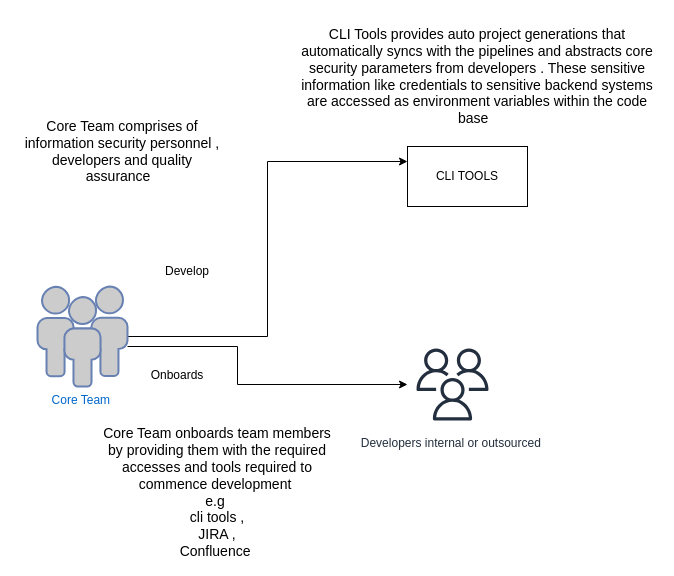
This is page "Internal process flow" (2 of 2) of icurity.drawio from tyger-rareatom/consulting-architectures, a draw.io file, before an edit. Source tidied: cells renumbered, new cells numbered last; positions are measured from the earlier drawing's top-left corner, leaving out a move shared by most shapes. Both pictures are drawn from the tidied source at 100%, with x=0, y=0 at pixel (17, 26).
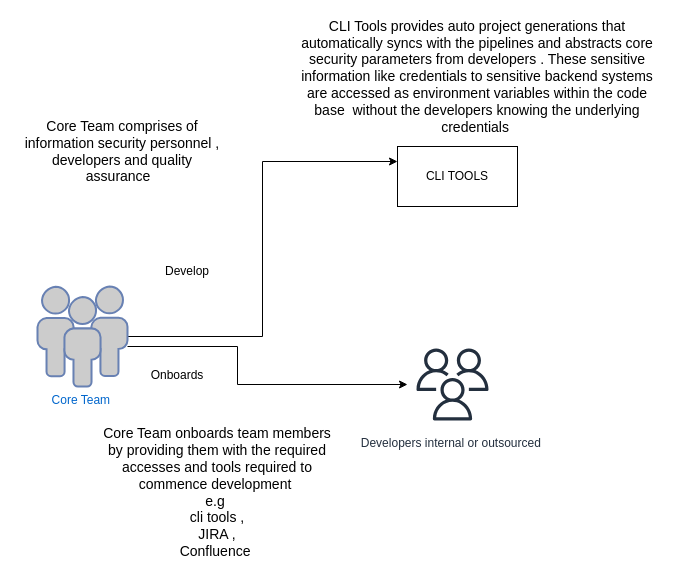
The same page after the edit.

Commit message:
Enhancing the workflow

The edit, as a diff of the source:
```diff
@@
 <mxGraphModel>
   <root>
     <mxCell id="0" />
     <mxCell id="1" parent="0" />
     <mxCell id="2" style="edgeStyle=orthogonalEdgeStyle;rounded=0;jettySize=auto;html=1;" parent="1" edge="1" source="4" target="5">
       <mxGeometry relative="1" as="geometry">
         <Array as="points">
           <mxPoint x="220" y="320" />
           <mxPoint x="220" y="358" />
         </Array>
       </mxGeometry>
     </mxCell>
     <mxCell id="3" style="edgeStyle=orthogonalEdgeStyle;rounded=0;jettySize=auto;html=1;entryX=0;entryY=0.25;entryDx=0;entryDy=0;" parent="1" edge="1" source="4" target="8">
       <mxGeometry relative="1" as="geometry" />
     </mxCell>
     <mxCell id="4" value="Core Team&amp;nbsp;" style="fontColor=#0066CC;verticalAlign=top;verticalLabelPosition=bottom;labelPosition=center;align=center;html=1;outlineConnect=0;fillColor=#CCCCCC;strokeColor=#6881B3;gradientColor=none;gradientDirection=north;strokeWidth=2;shape=mxgraph.networks.users;" parent="1" vertex="1">
       <mxGeometry x="20" y="260" width="90" height="100" as="geometry" />
     </mxCell>
     <mxCell id="5" value="Developers internal or outsourced&amp;nbsp;" style="sketch=0;outlineConnect=0;fontColor=#232F3E;gradientColor=none;strokeColor=#232F3E;fillColor=#ffffff;dashed=0;verticalLabelPosition=bottom;verticalAlign=top;align=center;html=1;fontSize=12;fontStyle=0;shape=mxgraph.aws4.resourceIcon;resIcon=mxgraph.aws4.users;" parent="1" vertex="1">
       <mxGeometry x="390" y="313" width="90" height="90" as="geometry" />
     </mxCell>
     <mxCell id="6" value="&lt;font style=&quot;font-size: 14px&quot;&gt;Core Team onboards team members by providing them with the required accesses and tools required to commence development&amp;nbsp;&lt;br&gt;e.g&amp;nbsp;&lt;br&gt;cli tools ,&lt;br&gt;JIRA ,&lt;br&gt;Confluence&amp;nbsp;&lt;/font&gt;" style="text;html=1;strokeColor=none;fillColor=none;align=center;verticalAlign=middle;whiteSpace=wrap;rounded=0;" parent="1" vertex="1">
       <mxGeometry x="80" y="403" width="240" height="125" as="geometry" />
     </mxCell>
     <mxCell id="7" value="&lt;font style=&quot;font-size: 14px&quot;&gt;Core Team comprises of information security personnel , developers and quality assurance&amp;nbsp;&amp;nbsp;&lt;/font&gt;" style="text;html=1;strokeColor=none;fillColor=none;align=center;verticalAlign=middle;whiteSpace=wrap;rounded=0;" parent="1" vertex="1">
       <mxGeometry y="50" width="210" height="150" as="geometry" />
     </mxCell>
     <mxCell id="8" value="CLI TOOLS" style="rounded=0;whiteSpace=wrap;html=1;" parent="1" vertex="1">
-      <mxGeometry x="390" y="120" width="120" height="60" as="geometry" />
+      <mxGeometry x="380" y="120" width="120" height="60" as="geometry" />
     </mxCell>
     <mxCell id="9" value="Develop" style="text;html=1;strokeColor=none;fillColor=none;align=center;verticalAlign=middle;whiteSpace=wrap;rounded=0;" parent="1" vertex="1">
       <mxGeometry x="130" y="230" width="80" height="30" as="geometry" />
     </mxCell>
     <mxCell id="10" value="Onboards" style="text;html=1;strokeColor=none;fillColor=none;align=center;verticalAlign=middle;whiteSpace=wrap;rounded=0;" parent="1" vertex="1">
       <mxGeometry x="120" y="338" width="80" height="22" as="geometry" />
     </mxCell>
-    <mxCell id="11" value="&lt;font style=&quot;font-size: 14px&quot;&gt;CLI Tools provides auto project generations that automatically syncs with the pipelines and abstracts core security parameters from developers . These sensitive information like credentials to sensitive backend systems are accessed as environment variables within the code base&amp;nbsp;&amp;nbsp;&lt;/font&gt;" style="text;html=1;strokeColor=none;fillColor=none;align=center;verticalAlign=middle;whiteSpace=wrap;rounded=0;" parent="1" vertex="1">
+    <mxCell id="11" value="&lt;font style=&quot;font-size: 14px&quot;&gt;CLI Tools provides auto project generations that automatically syncs with the pipelines and abstracts core security parameters from developers . These sensitive information like credentials to sensitive backend systems are accessed as environment variables within the code base&amp;nbsp; without the developers knowing the underlying credentials&amp;nbsp;&lt;/font&gt;" style="text;html=1;strokeColor=none;fillColor=none;align=center;verticalAlign=middle;whiteSpace=wrap;rounded=0;" parent="1" vertex="1">
       <mxGeometry x="280" width="360" height="100" as="geometry" />
     </mxCell>
   </root>
 </mxGraphModel>
```
